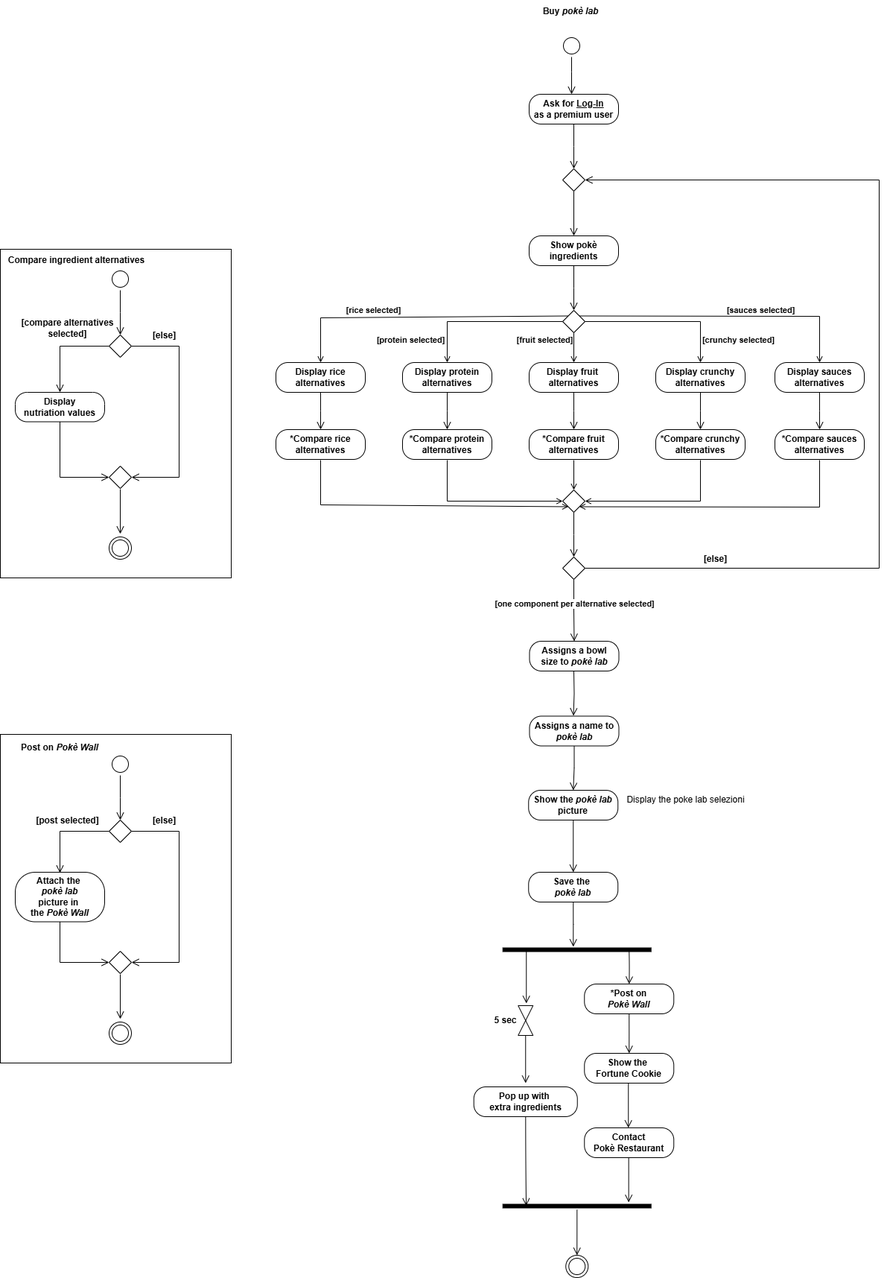
Before: diagrams/ActivityDiagram.drawio.png, a diagram exported from draw.io (matteopinfildi/YourPoke-ISPWProject). Source tidied: cells renumbered, new cells last; positions are measured from the earlier drawing's top-left corner, leaving out a move shared by most shapes.
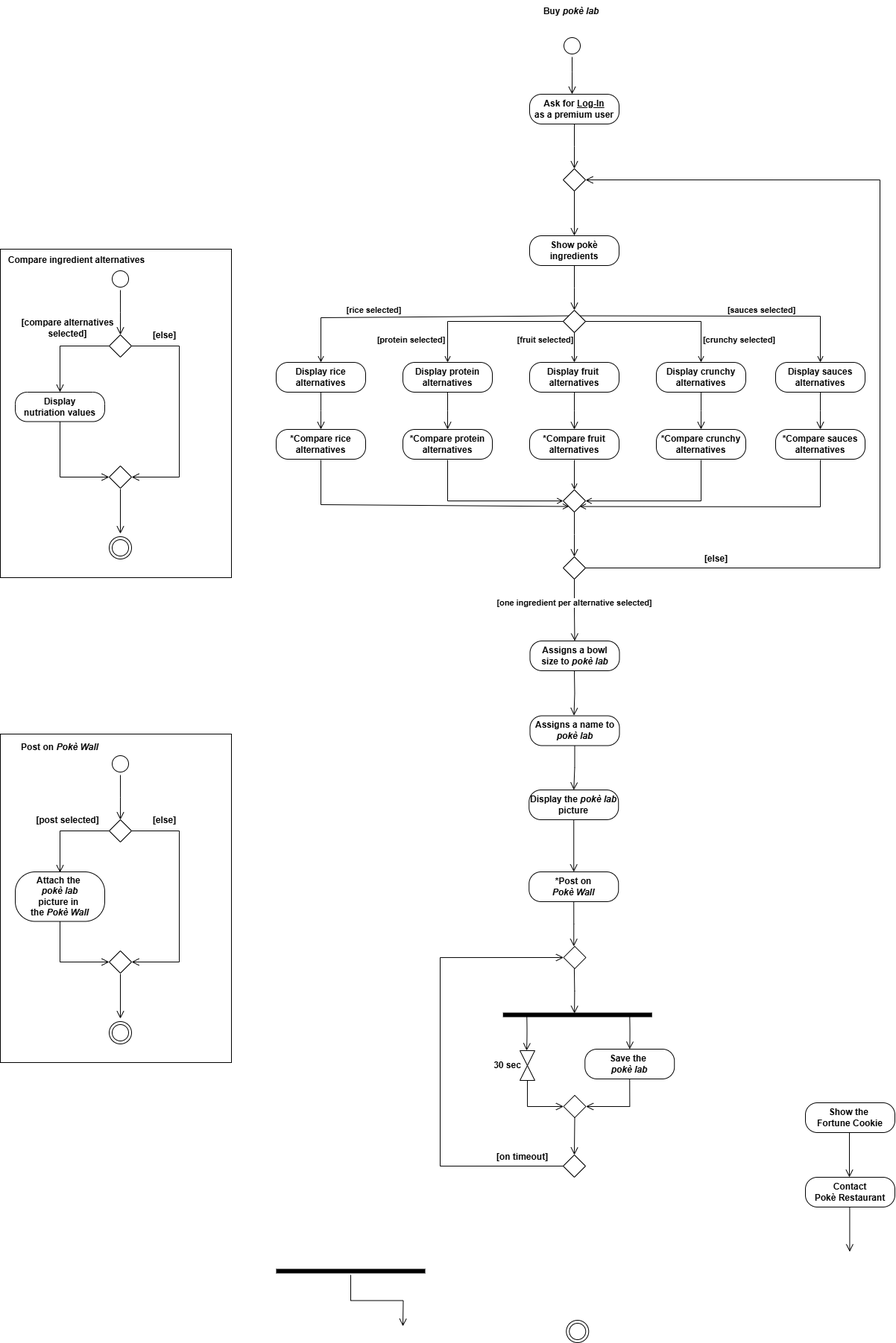
Later version of the same file.

The edit, as a diff of the source:
```diff
@@ -169,7 +169,7 @@
     <mxCell id="35" style="rhombus;whiteSpace=wrap;html=1;labelBackgroundColor=none;" parent="1" vertex="1">
       <mxGeometry x="755" y="747" width="30" height="30" as="geometry" />
     </mxCell>
-    <mxCell id="36" value="&lt;b&gt;[one component per alternative selected]&lt;/b&gt;" style="edgeStyle=orthogonalEdgeStyle;html=1;verticalAlign=bottom;endArrow=open;endSize=8;rounded=0;exitX=0.5;exitY=1;exitDx=0;exitDy=0;entryX=0.5;entryY=0;entryDx=0;entryDy=0;" parent="1" edge="1" source="35" target="94">
+    <mxCell id="36" value="&lt;b&gt;[one ingredient per alternative selected]&lt;/b&gt;" style="edgeStyle=orthogonalEdgeStyle;html=1;verticalAlign=bottom;endArrow=open;endSize=8;rounded=0;exitX=0.5;exitY=1;exitDx=0;exitDy=0;entryX=0.5;entryY=0;entryDx=0;entryDy=0;" parent="1" edge="1" source="35" target="94">
       <mxGeometry relative="1" as="geometry" />
     </mxCell>
     <mxCell id="37" style="edgeStyle=orthogonalEdgeStyle;html=1;verticalAlign=bottom;endArrow=open;endSize=8;rounded=0;exitX=1;exitY=0.5;exitDx=0;exitDy=0;entryX=1;entryY=0.5;entryDx=0;entryDy=0;" parent="1" edge="1" source="35" target="9">
@@ -188,7 +188,7 @@
         <mxPoint x="769.2" y="1060" as="targetPoint" />
       </mxGeometry>
     </mxCell>
-    <mxCell id="40" value="&lt;b&gt;Show the&amp;nbsp;&lt;i&gt;pokè lab&lt;/i&gt;&lt;/b&gt;&lt;div&gt;&lt;b&gt;picture&lt;/b&gt;&lt;/div&gt;" style="rounded=1;whiteSpace=wrap;html=1;arcSize=40;" parent="1" vertex="1">
+    <mxCell id="40" value="&lt;b&gt;Display the&amp;nbsp;&lt;i&gt;pokè lab&lt;/i&gt;&lt;/b&gt;&lt;div&gt;&lt;b&gt;picture&lt;/b&gt;&lt;/div&gt;" style="rounded=1;whiteSpace=wrap;html=1;arcSize=40;" parent="1" vertex="1">
       <mxGeometry x="709.2" y="1060" width="120" height="40" as="geometry" />
     </mxCell>
     <mxCell id="41" style="edgeStyle=orthogonalEdgeStyle;html=1;verticalAlign=bottom;endArrow=open;endSize=8;rounded=0;" parent="1" edge="1">
@@ -197,7 +197,7 @@
         <mxPoint x="769.2" y="1170" as="targetPoint" />
       </mxGeometry>
     </mxCell>
-    <mxCell id="42" value="&lt;b&gt;Save the&amp;nbsp;&lt;/b&gt;&lt;div&gt;&lt;b&gt;&lt;i&gt;pokè lab&lt;/i&gt;&lt;/b&gt;&lt;/div&gt;" style="rounded=1;whiteSpace=wrap;html=1;arcSize=40;" parent="1" vertex="1">
+    <mxCell id="42" value="&lt;div&gt;&lt;b style=&quot;background-color: transparent; color: light-dark(rgb(0, 0, 0), rgb(255, 255, 255));&quot;&gt;*Post on&lt;/b&gt;&lt;/div&gt;&lt;div&gt;&lt;b&gt;&lt;i&gt;Pokè Wall&lt;/i&gt;&lt;/b&gt;&lt;/div&gt;" style="rounded=1;whiteSpace=wrap;html=1;arcSize=40;" parent="1" vertex="1">
       <mxGeometry x="709.2" y="1170" width="120" height="40" as="geometry" />
     </mxCell>
     <mxCell id="43" style="edgeStyle=orthogonalEdgeStyle;html=1;verticalAlign=bottom;endArrow=open;endSize=8;rounded=0;exitX=0.5;exitY=1;exitDx=0;exitDy=0;" parent="1" edge="1" source="42">
@@ -206,47 +206,35 @@
       </mxGeometry>
     </mxCell>
     <mxCell id="44" style="shape=line;html=1;strokeWidth=6;labelBackgroundColor=none;" parent="1" vertex="1">
-      <mxGeometry x="674.2" y="1269" width="200" height="10" as="geometry" />
+      <mxGeometry x="674.2" y="1357" width="200" height="10" as="geometry" />
     </mxCell>
     <mxCell id="45" style="edgeStyle=orthogonalEdgeStyle;html=1;verticalAlign=bottom;endArrow=open;endSize=8;rounded=0;fontSize=12;curved=1;labelBackgroundColor=none;fontColor=default;" parent="1" edge="1">
       <mxGeometry relative="1" as="geometry">
-        <mxPoint x="706.2" y="1276" as="sourcePoint" />
-        <mxPoint x="706.2" y="1346" as="targetPoint" />
+        <mxPoint x="706.2" y="1364" as="sourcePoint" />
+        <mxPoint x="706" y="1410" as="targetPoint" />
       </mxGeometry>
     </mxCell>
     <mxCell id="46" style="edgeStyle=orthogonalEdgeStyle;html=1;verticalAlign=bottom;endArrow=open;endSize=8;rounded=0;fontSize=12;curved=1;labelBackgroundColor=none;fontColor=default;entryX=0.5;entryY=0;entryDx=0;entryDy=0;" parent="1" edge="1" target="89">
       <mxGeometry relative="1" as="geometry">
-        <mxPoint x="844.2" y="1276" as="sourcePoint" />
+        <mxPoint x="844.2" y="1364" as="sourcePoint" />
       </mxGeometry>
     </mxCell>
-    <mxCell id="47" value="&lt;b&gt;5 sec&lt;/b&gt;" style="shape=collate;html=1;spacingLeft=-55;labelBackgroundColor=none;" parent="1" vertex="1">
-      <mxGeometry x="695.2" y="1349" width="20" height="40" as="geometry" />
+    <mxCell id="47" value="&lt;b&gt;30 sec&lt;/b&gt;" style="shape=collate;html=1;spacingLeft=-55;labelBackgroundColor=none;" parent="1" vertex="1">
+      <mxGeometry x="697" y="1410" width="20" height="40" as="geometry" />
     </mxCell>
     <mxCell id="48" value="&lt;b&gt;Contact&lt;/b&gt;&lt;div&gt;&lt;b&gt;Pokè Restaurant&lt;/b&gt;&lt;/div&gt;" style="rounded=1;whiteSpace=wrap;html=1;arcSize=40;labelBackgroundColor=none;" parent="1" vertex="1">
-      <mxGeometry x="784.2" y="1513" width="120" height="40" as="geometry" />
+      <mxGeometry x="1080" y="1580" width="120" height="40" as="geometry" />
     </mxCell>
-    <mxCell id="49" style="edgeStyle=orthogonalEdgeStyle;html=1;verticalAlign=bottom;endArrow=open;endSize=8;rounded=0;fontSize=12;curved=1;labelBackgroundColor=none;fontColor=default;" parent="1" edge="1">
-      <mxGeometry relative="1" as="geometry">
-        <mxPoint x="705.2" y="1389" as="sourcePoint" />
-        <mxPoint x="705.2" y="1453" as="targetPoint" />
-      </mxGeometry>
-    </mxCell>
-    <mxCell id="50" value="&lt;b&gt;Pop up with&amp;nbsp;&lt;/b&gt;&lt;div&gt;&lt;b&gt;extra ingredients&lt;/b&gt;&lt;/div&gt;" style="rounded=1;whiteSpace=wrap;html=1;arcSize=40;labelBackgroundColor=none;" parent="1" vertex="1">
-      <mxGeometry x="635.8" y="1458" width="139" height="40" as="geometry" />
-    </mxCell>
-    <mxCell id="51" style="edgeStyle=orthogonalEdgeStyle;html=1;verticalAlign=bottom;endArrow=open;endSize=8;rounded=0;fontSize=12;curved=1;labelBackgroundColor=none;fontColor=default;entryX=0.159;entryY=0.459;entryDx=0;entryDy=0;entryPerimeter=0;" parent="1" edge="1" source="50" target="52">
-      <mxGeometry relative="1" as="geometry" />
-    </mxCell>
     <mxCell id="52" style="shape=line;html=1;strokeWidth=6;labelBackgroundColor=none;" parent="1" vertex="1">
-      <mxGeometry x="674.2" y="1613" width="200" height="10" as="geometry" />
+      <mxGeometry x="370" y="1701" width="200" height="10" as="geometry" />
     </mxCell>
     <mxCell id="53" style="edgeStyle=orthogonalEdgeStyle;html=1;verticalAlign=bottom;endArrow=open;endSize=8;rounded=0;" parent="1" edge="1" source="52">
       <mxGeometry relative="1" as="geometry">
-        <mxPoint x="774.2" y="1684" as="targetPoint" />
+        <mxPoint x="540" y="1780" as="targetPoint" />
       </mxGeometry>
     </mxCell>
     <mxCell id="54" style="ellipse;html=1;shape=endState;" parent="1" vertex="1">
-      <mxGeometry x="759.2" y="1684" width="30" height="30" as="geometry" />
+      <mxGeometry x="759.2" y="1772" width="30" height="30" as="geometry" />
     </mxCell>
     <mxCell id="55" style="rounded=0;whiteSpace=wrap;html=1;fillColor=none;labelBackgroundColor=none;" parent="1" vertex="1">
       <mxGeometry y="985" width="310" height="441" as="geometry" />
@@ -399,27 +387,22 @@
     <mxCell id="88" value="&lt;span style=&quot;font-size: 12px;&quot;&gt;&lt;b&gt;Compare ingredient alternatives&lt;/b&gt;&lt;/span&gt;" style="text;strokeColor=none;fillColor=none;html=1;align=center;verticalAlign=middle;whiteSpace=wrap;rounded=0;fontSize=16;labelBackgroundColor=none;" parent="1" vertex="1">
       <mxGeometry y="331.5" width="205" height="30" as="geometry" />
     </mxCell>
-    <mxCell id="89" value="&lt;div&gt;&lt;b&gt;*Post on&lt;/b&gt;&lt;div&gt;&lt;b&gt;&lt;i&gt;Pokè Wall&lt;/i&gt;&lt;/b&gt;&lt;/div&gt;&lt;/div&gt;" style="rounded=1;whiteSpace=wrap;html=1;arcSize=40;labelBackgroundColor=none;" parent="1" vertex="1">
-      <mxGeometry x="784.2" y="1320" width="120" height="40" as="geometry" />
+    <mxCell id="89" value="&lt;b&gt;Save the&amp;nbsp;&lt;/b&gt;&lt;div&gt;&lt;b&gt;&lt;i&gt;pokè lab&lt;/i&gt;&lt;/b&gt;&lt;/div&gt;" style="rounded=1;whiteSpace=wrap;html=1;arcSize=40;labelBackgroundColor=none;" parent="1" vertex="1">
+      <mxGeometry x="784.2" y="1408" width="120" height="40" as="geometry" />
     </mxCell>
-    <mxCell id="90" style="edgeStyle=orthogonalEdgeStyle;html=1;verticalAlign=bottom;endArrow=open;endSize=8;rounded=0;fontSize=12;curved=1;labelBackgroundColor=none;fontColor=default;exitX=0.5;exitY=1;exitDx=0;exitDy=0;" parent="1" edge="1" source="89">
-      <mxGeometry relative="1" as="geometry">
-        <mxPoint x="844.2" y="1413" as="targetPoint" />
-      </mxGeometry>
-    </mxCell>
     <mxCell id="91" value="&lt;div&gt;&lt;b&gt;Show the&amp;nbsp;&lt;/b&gt;&lt;/div&gt;&lt;div&gt;&lt;b&gt;Fortune Cookie&lt;/b&gt;&lt;/div&gt;" style="rounded=1;whiteSpace=wrap;html=1;arcSize=40;labelBackgroundColor=none;" parent="1" vertex="1">
-      <mxGeometry x="784.2" y="1413" width="120" height="40" as="geometry" />
+      <mxGeometry x="1080" y="1480" width="120" height="40" as="geometry" />
     </mxCell>
     <mxCell id="92" style="edgeStyle=orthogonalEdgeStyle;html=1;verticalAlign=bottom;endArrow=open;endSize=8;rounded=0;fontSize=12;curved=1;labelBackgroundColor=none;fontColor=default;" parent="1" edge="1">
       <mxGeometry relative="1" as="geometry">
-        <mxPoint x="843.2" y="1453" as="sourcePoint" />
-        <mxPoint x="843.2" y="1513" as="targetPoint" />
+        <mxPoint x="1139" y="1520" as="sourcePoint" />
+        <mxPoint x="1139" y="1580" as="targetPoint" />
       </mxGeometry>
     </mxCell>
     <mxCell id="93" style="edgeStyle=orthogonalEdgeStyle;html=1;verticalAlign=bottom;endArrow=open;endSize=8;rounded=0;exitX=0.5;exitY=1;exitDx=0;exitDy=0;" parent="1" edge="1">
       <mxGeometry relative="1" as="geometry">
-        <mxPoint x="843.7" y="1553" as="sourcePoint" />
-        <mxPoint x="843.7" y="1613" as="targetPoint" />
+        <mxPoint x="1139.4" y="1620" as="sourcePoint" />
+        <mxPoint x="1139.4" y="1680" as="targetPoint" />
       </mxGeometry>
     </mxCell>
     <mxCell id="94" value="&lt;div&gt;&lt;b&gt;Assigns a bowl&lt;/b&gt;&lt;/div&gt;&lt;div&gt;&lt;b&gt;size to&amp;nbsp;&lt;/b&gt;&lt;b style=&quot;background-color: transparent; color: light-dark(rgb(0, 0, 0), rgb(255, 255, 255));&quot;&gt;&lt;i&gt;pokè lab&lt;/i&gt;&lt;/b&gt;&lt;/div&gt;" style="rounded=1;whiteSpace=wrap;html=1;arcSize=40;" parent="1" vertex="1">
@@ -431,8 +414,42 @@
         <mxPoint x="769.5" y="960" as="targetPoint" />
       </mxGeometry>
     </mxCell>
-    <mxCell id="96" value="Display the poke lab selezioni" style="text;html=1;align=center;verticalAlign=middle;strokeColor=none;fillColor=none;" parent="1" vertex="1">
-      <mxGeometry x="830" y="1058" width="180" height="30" as="geometry" />
-    </mxCell>
+    <mxCell id="97" style="rhombus;whiteSpace=wrap;html=1;labelBackgroundColor=none;" parent="1" vertex="1">
+      <mxGeometry x="755.5" y="1270" width="30" height="30" as="geometry" />
+    </mxCell>
+    <mxCell id="98" style="edgeStyle=orthogonalEdgeStyle;html=1;verticalAlign=bottom;endArrow=open;endSize=8;rounded=0;exitX=0.5;exitY=1;exitDx=0;exitDy=0;" parent="1" edge="1">
+      <mxGeometry relative="1" as="geometry">
+        <mxPoint x="769.9" y="1300" as="sourcePoint" />
+        <mxPoint x="770.2" y="1360" as="targetPoint" />
+      </mxGeometry>
+    </mxCell>
+    <mxCell id="99" style="rhombus;whiteSpace=wrap;html=1;labelBackgroundColor=none;" parent="1" vertex="1">
+      <mxGeometry x="755.5" y="1470" width="30" height="30" as="geometry" />
+    </mxCell>
+    <mxCell id="100" style="edgeStyle=orthogonalEdgeStyle;html=1;verticalAlign=bottom;endArrow=open;endSize=8;rounded=0;exitX=0.5;exitY=1;exitDx=0;exitDy=0;entryX=0;entryY=0.5;entryDx=0;entryDy=0;" parent="1" edge="1" source="47" target="99">
+      <mxGeometry relative="1" as="geometry" />
+    </mxCell>
+    <mxCell id="101" style="edgeStyle=orthogonalEdgeStyle;html=1;verticalAlign=bottom;endArrow=open;endSize=8;rounded=0;exitX=0.5;exitY=1;exitDx=0;exitDy=0;entryX=1;entryY=0.5;entryDx=0;entryDy=0;" parent="1" edge="1" source="89" target="99">
+      <mxGeometry relative="1" as="geometry" />
+    </mxCell>
+    <mxCell id="102" style="edgeStyle=orthogonalEdgeStyle;html=1;verticalAlign=bottom;endArrow=open;endSize=8;rounded=0;exitX=0.5;exitY=1;exitDx=0;exitDy=0;" parent="1" edge="1" source="99">
+      <mxGeometry relative="1" as="geometry">
+        <mxPoint x="770" y="1550" as="targetPoint" />
+      </mxGeometry>
+    </mxCell>
+    <mxCell id="103" style="rhombus;whiteSpace=wrap;html=1;labelBackgroundColor=none;" parent="1" vertex="1">
+      <mxGeometry x="755" y="1550" width="30" height="30" as="geometry" />
+    </mxCell>
+    <mxCell id="104" style="edgeStyle=orthogonalEdgeStyle;html=1;verticalAlign=bottom;endArrow=open;endSize=8;rounded=0;exitX=0;exitY=0.5;exitDx=0;exitDy=0;entryX=0;entryY=0.5;entryDx=0;entryDy=0;" parent="1" edge="1" source="103" target="97">
+      <mxGeometry relative="1" as="geometry">
+        <Array as="points">
+          <mxPoint x="590" y="1565" />
+          <mxPoint x="590" y="1285" />
+        </Array>
+      </mxGeometry>
+    </mxCell>
+    <mxCell id="105" value="&lt;b&gt;[on timeout]&lt;/b&gt;" style="text;html=1;align=center;verticalAlign=middle;strokeColor=none;fillColor=none;" parent="1" vertex="1">
+      <mxGeometry x="655" y="1538" width="90" height="30" as="geometry" />
+    </mxCell>
   </root>
 </mxGraphModel>
```
